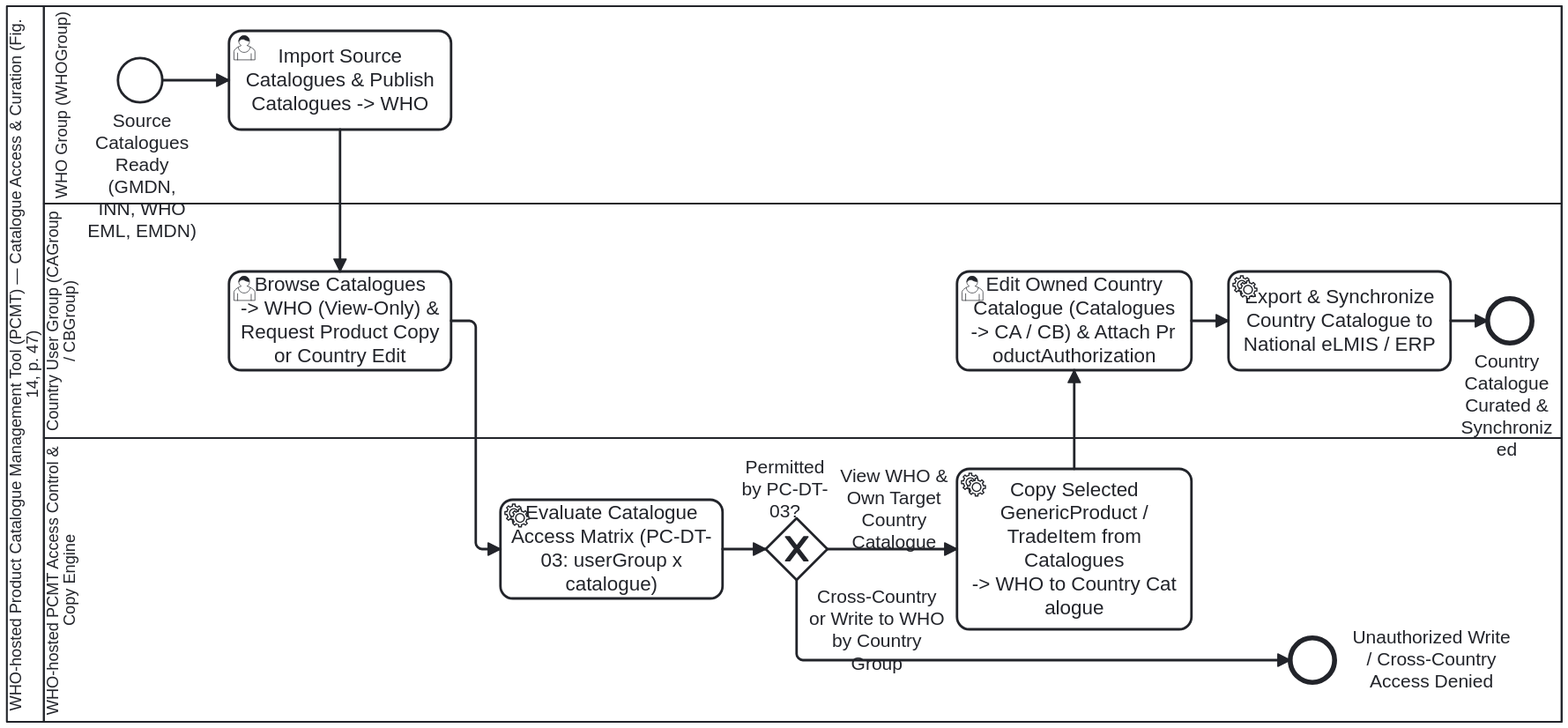
This is processes/PC-BP-09-pcmt-access.svg from litlfred/smart-pcmt, a BPMN export, as it was before one commit. Its source is kept beside it as processes/PC-BP-09-pcmt-access.bpmn. Ids are renumbered.
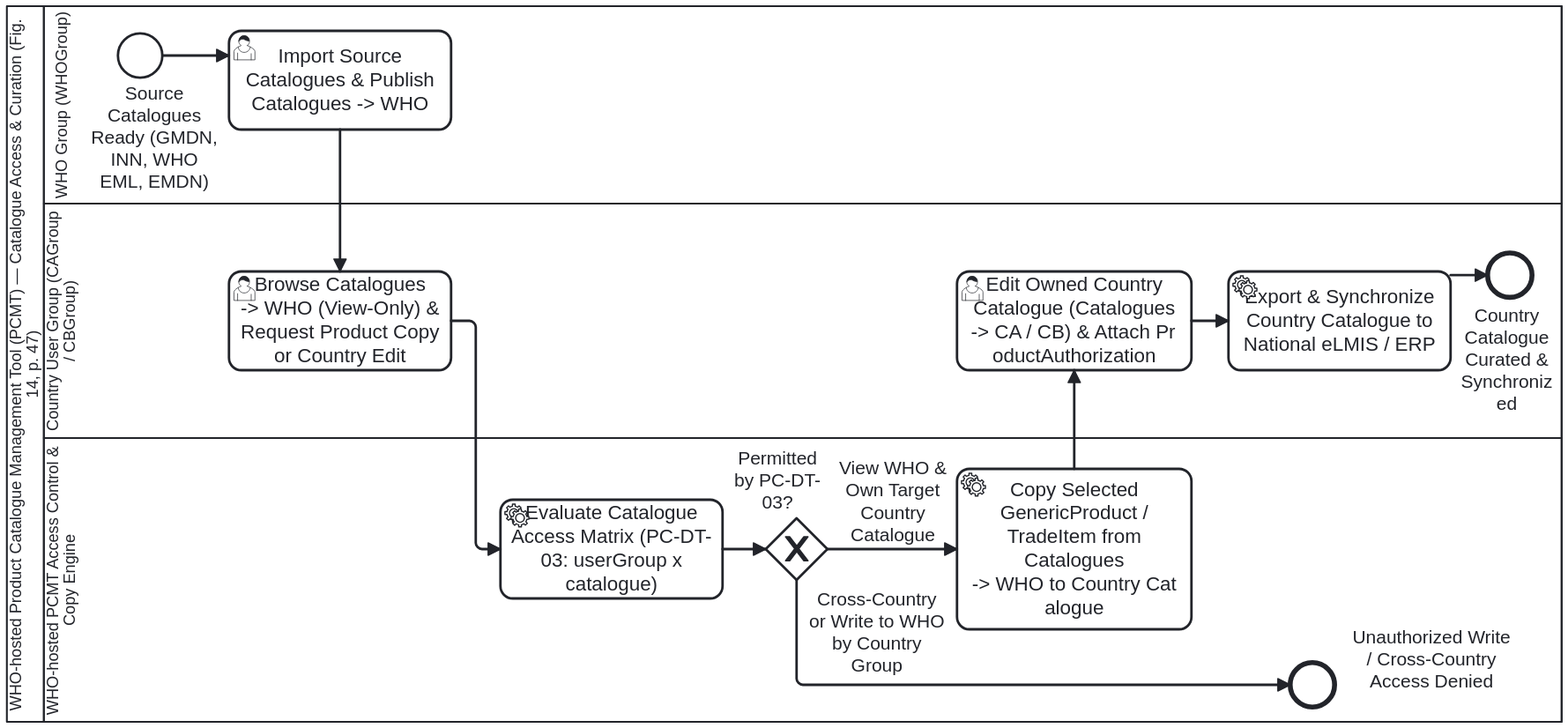
After the change.

Commit message:
processes(PC-BP-09): move labels clear of arrows, shapes, and lane lines per drawn text box

Diff of the diagram source:
```diff
@@ -144,9 +144,9 @@
       </bpmndi:BPMNShape>
 
       <bpmndi:BPMNShape id="Shape_StartEvent_SourceReady" bpmnElement="StartEvent_SourceReady">
-        <dc:Bounds x="210" y="102" width="36" height="36" />
+        <dc:Bounds x="210" y="82" width="36" height="36" />
         <bpmndi:BPMNLabel>
-          <dc:Bounds x="184" y="144" width="90" height="54" />
+          <dc:Bounds x="184" y="122" width="110" height="72" />
         </bpmndi:BPMNLabel>
       </bpmndi:BPMNShape>
       <bpmndi:BPMNShape id="Shape_Task_ImportPublishWHO" bpmnElement="Task_ImportPublishWHO">
@@ -161,14 +161,14 @@
       <bpmndi:BPMNShape id="Shape_Gateway_AccessDecision" bpmnElement="Gateway_AccessDecision" isMarkerVisible="true">
         <dc:Bounds x="735" y="475" width="50" height="50" />
         <bpmndi:BPMNLabel>
-          <dc:Bounds x="712" y="425" width="76" height="40" />
+          <dc:Bounds x="704" y="418" width="80" height="53" />
         </bpmndi:BPMNLabel>
       </bpmndi:BPMNShape>
       <bpmndi:BPMNShape id="Shape_Task_CopyFromWHOToCountry" bpmnElement="Task_CopyFromWHOToCountry">
         <dc:Bounds x="890" y="435" width="190" height="130" />
       </bpmndi:BPMNShape>
       <bpmndi:BPMNShape id="Shape_EndEvent_AccessDenied" bpmnElement="EndEvent_AccessDenied">
-        <dc:Bounds x="1160" y="572" width="36" height="36" />
+        <dc:Bounds x="1160" y="592" width="36" height="36" />
         <bpmndi:BPMNLabel>
           <dc:Bounds x="1204" y="563" width="140" height="54" />
         </bpmndi:BPMNLabel>
@@ -180,15 +180,15 @@
         <dc:Bounds x="1110" y="275" width="180" height="80" />
       </bpmndi:BPMNShape>
       <bpmndi:BPMNShape id="Shape_EndEvent_Published" bpmnElement="EndEvent_Published">
-        <dc:Bounds x="1320" y="297" width="36" height="36" />
+        <dc:Bounds x="1320" y="260" width="36" height="36" />
         <bpmndi:BPMNLabel>
-          <dc:Bounds x="1295" y="339" width="80" height="54" />
+          <dc:Bounds x="1292" y="302" width="86" height="90" />
         </bpmndi:BPMNLabel>
       </bpmndi:BPMNShape>
 
       <bpmndi:BPMNEdge id="Edge_Flow_1" bpmnElement="Flow_1">
-        <di:waypoint x="246" y="120" />
-        <di:waypoint x="300" y="120" />
+        <di:waypoint x="246" y="100" />
+        <di:waypoint x="300" y="100" />
       </bpmndi:BPMNEdge>
       <bpmndi:BPMNEdge id="Edge_Flow_2" bpmnElement="Flow_2">
         <di:waypoint x="390" y="160" />
@@ -207,16 +207,14 @@
       <bpmndi:BPMNEdge id="Edge_Flow_AllowCopy" bpmnElement="Flow_AllowCopy">
         <di:waypoint x="785" y="500" />
         <di:waypoint x="890" y="500" />
-        <bpmndi:BPMNLabel>
-          <dc:Bounds x="794" y="432" width="90" height="58" />
-        </bpmndi:BPMNLabel>
+        <bpmndi:BPMNLabel><dc:Bounds x="791.8" y="425.84" width="91.41" height="71.16" /></bpmndi:BPMNLabel>
       </bpmndi:BPMNEdge>
       <bpmndi:BPMNEdge id="Edge_Flow_Deny" bpmnElement="Flow_Deny">
         <di:waypoint x="760" y="525" />
-        <di:waypoint x="760" y="590" />
-        <di:waypoint x="1160" y="590" />
+        <di:waypoint x="760" y="610" />
+        <di:waypoint x="1160" y="610" />
         <bpmndi:BPMNLabel>
-          <dc:Bounds x="768" y="530" width="114" height="54" />
+          <dc:Bounds x="768" y="532" width="114" height="72" />
         </bpmndi:BPMNLabel>
       </bpmndi:BPMNEdge>
       <bpmndi:BPMNEdge id="Edge_Flow_5" bpmnElement="Flow_5">
@@ -228,8 +226,8 @@
         <di:waypoint x="1110" y="315" />
       </bpmndi:BPMNEdge>
       <bpmndi:BPMNEdge id="Edge_Flow_7" bpmnElement="Flow_7">
-        <di:waypoint x="1290" y="315" />
-        <di:waypoint x="1320" y="315" />
+        <di:waypoint x="1290" y="278" />
+        <di:waypoint x="1320" y="278" />
       </bpmndi:BPMNEdge>
     </bpmndi:BPMNPlane>
   </bpmndi:BPMNDiagram>
```
